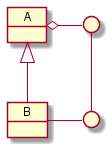
Above: Imagens/modelos-07/mod07ima07/mod07ima07.png in kyriosdata/oo (PlantUML), before the change. Source of this version:
```plantuml
@startuml mod07ima06
skinparam Linetype ortho
object "   A   " as a
object "   B   " as b
circle " " as c
circle " " as d

a <|-- b
a o-right- c
c -- d
d -left- b
@enduml
```
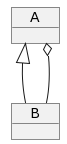
Later version of the same file.

The edit, as a diff of the source:
```diff
@@ -1,12 +1,6 @@
-@startuml mod07ima06
-skinparam Linetype ortho
+@startuml
 object "   A   " as a
 object "   B   " as b
-circle " " as c
-circle " " as d
-
 a <|-- b
-a o-right- c
-c -- d
-d -left- b
+a o-- b
 @enduml
```
